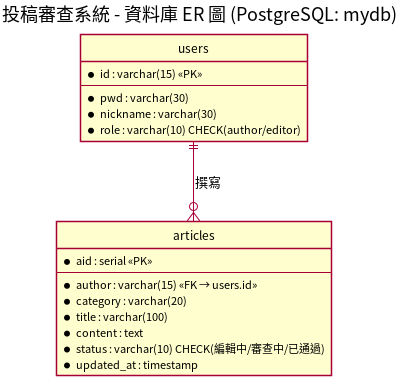
Above: docs/uml/06_er_diagram.png in 617-lyx/1151se_mid (PlantUML), before the change. Its source is kept beside it as docs/uml/06_er_diagram.puml.
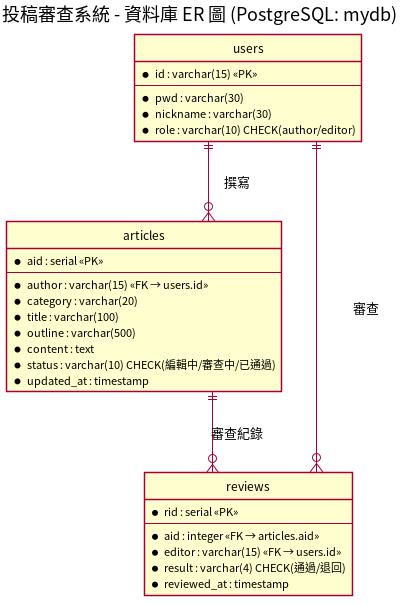
After the change.

What changed in the source:
```diff
@@ -18,9 +18,20 @@
   * author : varchar(15) <<FK → users.id>>
   * category : varchar(20)
   * title : varchar(100)
+  * outline : varchar(500)
   * content : text
   * status : varchar(10) CHECK(編輯中/審查中/已通過)
   * updated_at : timestamp
 }
+entity reviews {
+  * rid : serial <<PK>>
+  --
+  * aid : integer <<FK → articles.aid>>
+  * editor : varchar(15) <<FK → users.id>>
+  * result : varchar(4) CHECK(通過/退回)
+  * reviewed_at : timestamp
+}
 users ||--o{ articles : 撰寫
+articles ||--o{ reviews : 審查紀錄
+users ||--o{ reviews : 審查
 @enduml
```
